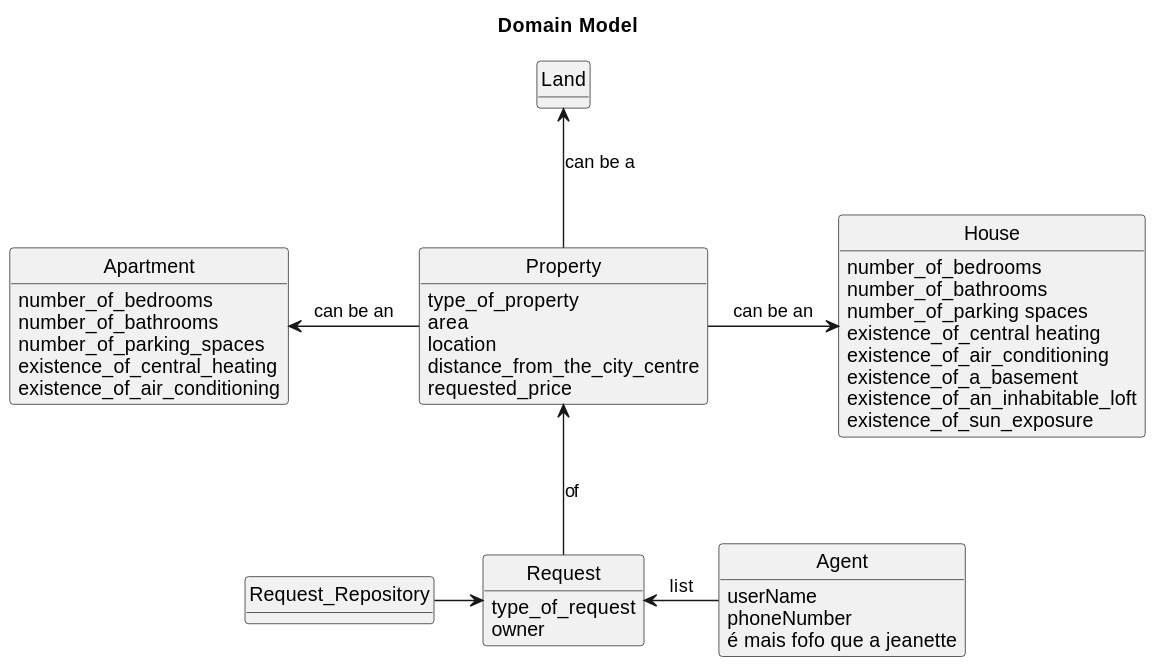
Rodrick0209/ISEP-LAPR2-22-23 keeps this PlantUML diagram as docs/Sprint-D/US015/02.analysis/svg/us015-domain-model.svg. Above is the earlier version.
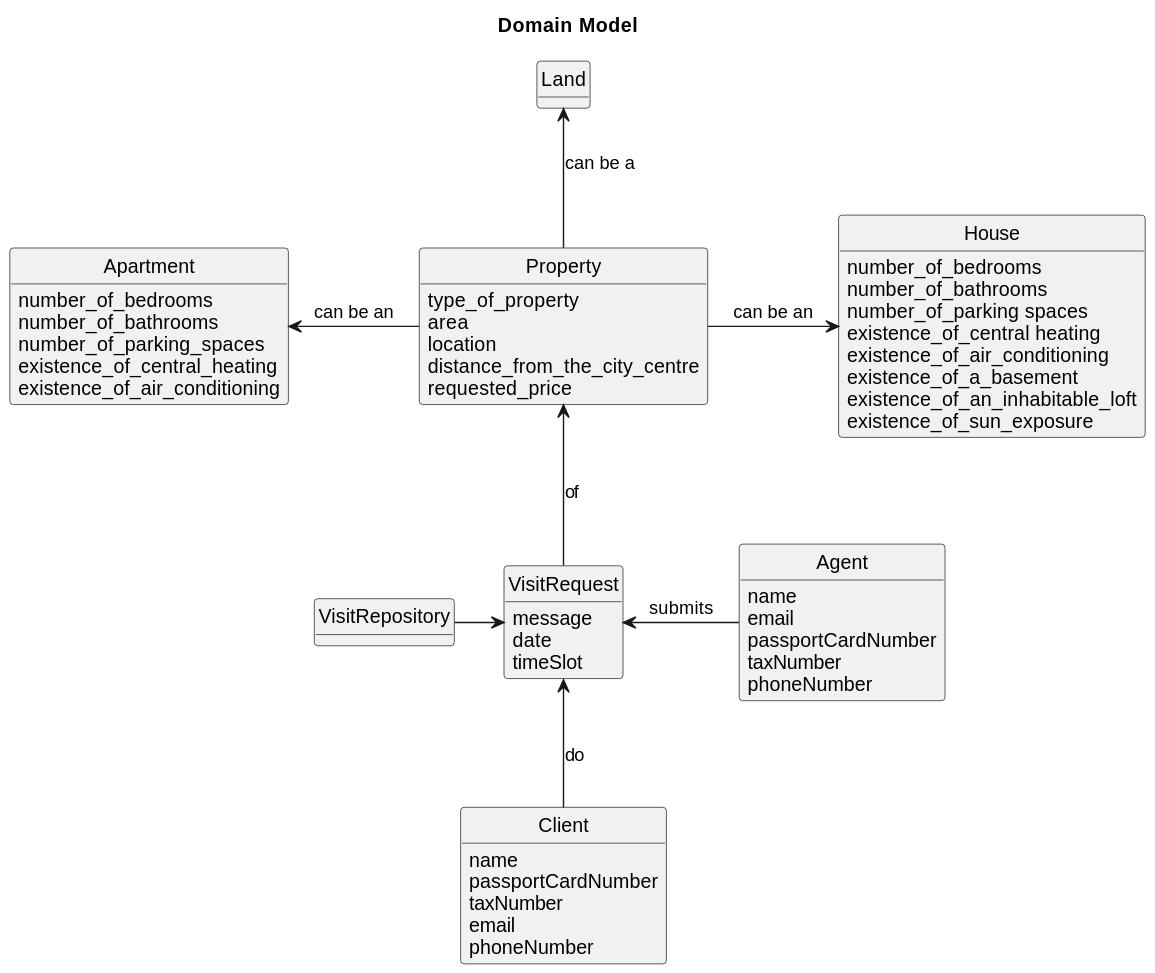
Above is the later version.

What changed in the source:
```diff
@@ -20,21 +20,32 @@
 }
 
 
-class Request {
-       type_of_request
-       owner
+class VisitRequest {
+       message
+       date
+       timeSlot
 }
 class Land{
 
 }
 
 class Agent{
-    userName
+    name
+    email
+    passportCardNumber
+    taxNumber
     phoneNumber
-    é mais fofo que a jeanette
+
 }
 
-class Request_Repository{
+class Client{
+    name
+    passportCardNumber
+    taxNumber
+    email
+    phoneNumber
+}
+class VisitRepository{
 }
 
 class Apartment{
@@ -59,7 +70,8 @@
 Property -u-> Land: can be a
 Property -l-> Apartment : can be an
 Property -r-> House : can be an
-Request-u->Property : of
-Request_Repository->Request
-Agent -l-> Request : list
+VisitRequest-u->Property : of
+VisitRepository-> VisitRequest
+Agent -l-> VisitRequest : submits
+Client -u-> VisitRequest :  do
 @enduml
```
